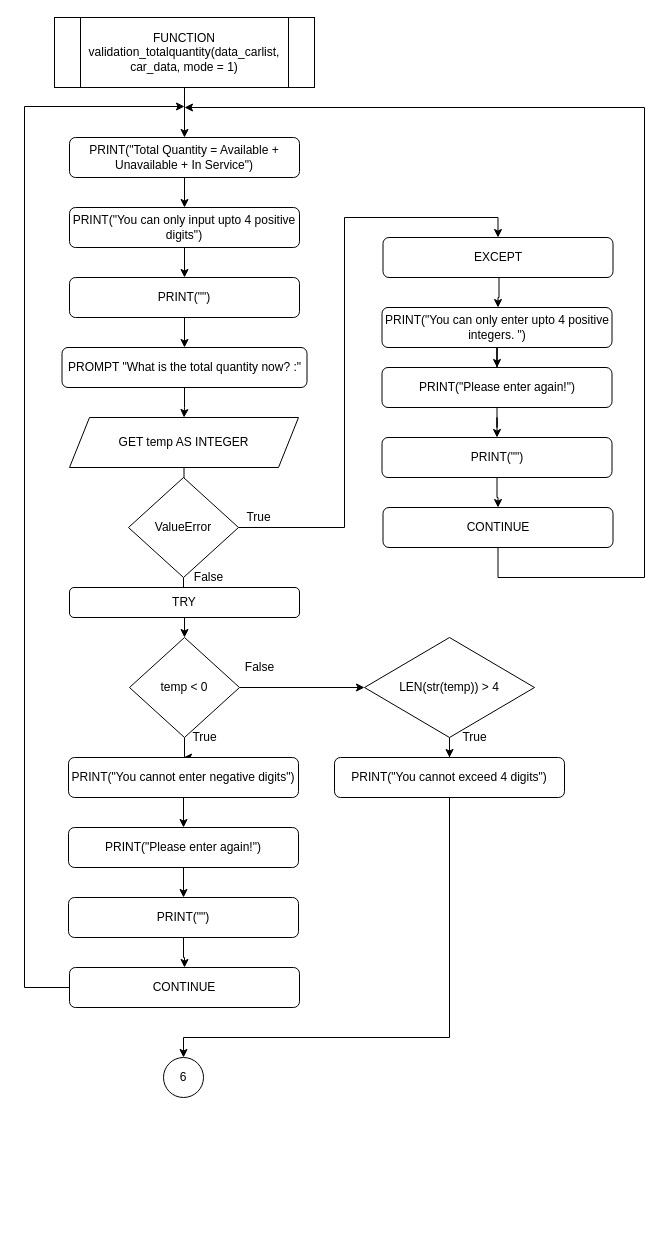
The draw.io diagram page "Page-1" (1 of 2) of Flowchart/default/validation_totalquantity.drawio in RabbitBear00/Car-Rental-System, before the edit. Source tidied: cells renumbered, new cells numbered last; positions are measured from the earlier drawing's top-left corner, leaving out a move shared by most shapes. Both pictures are drawn from the tidied source at 100%, with x=0, y=0 at pixel (24, 17).
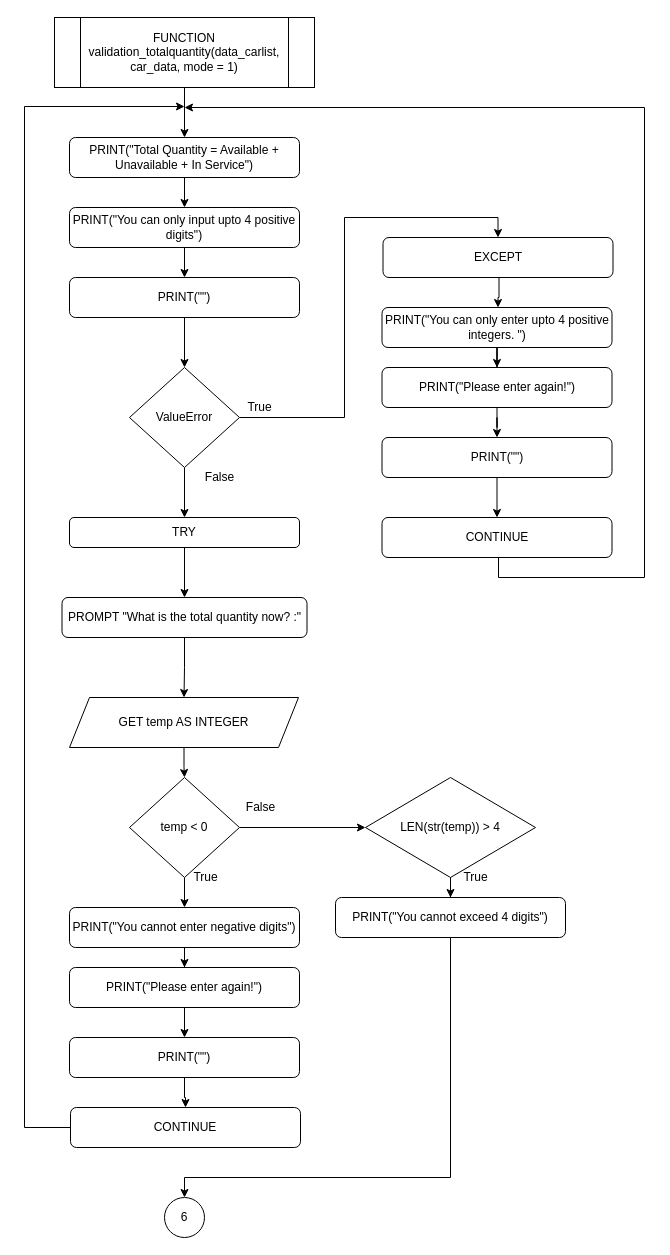
After the change.

Unchanged cells that the change refers to:
```xml
<mxCell id="9" value="PRINT(&quot;&quot;)" style="rounded=1;whiteSpace=wrap;html=1;" parent="1" vertex="1">
  <mxGeometry x="45" y="260" width="230" height="40" as="geometry" />
</mxCell>
<mxCell id="46" value="EXCEPT" style="rounded=1;whiteSpace=wrap;html=1;" parent="1" vertex="1">
  <mxGeometry x="358.5" y="220" width="230" height="40" as="geometry" />
</mxCell>
```

What changed in the source:
```diff
@@
-    <mxCell id="8" style="edgeStyle=orthogonalEdgeStyle;rounded=0;jettySize=auto;html=1;" parent="1" edge="1" source="9" target="11">
-      <mxGeometry relative="1" as="geometry" />
-    </mxCell>
+    <mxCell id="49" style="edgeStyle=orthogonalEdgeStyle;rounded=0;jettySize=auto;html=1;entryX=0.5;entryY=0;entryDx=0;entryDy=0;" parent="1" edge="1" source="9" target="16">
+      <mxGeometry relative="1" as="geometry" />
+    </mxCell>
@@
     <mxCell id="11" value="PROMPT &quot;What is the total quantity now? :&quot;" style="rounded=1;whiteSpace=wrap;html=1;" parent="1" vertex="1">
-      <mxGeometry x="37.5" y="330" width="245" height="40" as="geometry" />
+      <mxGeometry x="37.5" y="580" width="245" height="40" as="geometry" />
     </mxCell>
-    <mxCell id="12" style="edgeStyle=orthogonalEdgeStyle;rounded=0;jettySize=auto;html=1;" parent="1" edge="1" source="13" target="16">
-      <mxGeometry relative="1" as="geometry" />
-    </mxCell>
+    <mxCell id="50" style="edgeStyle=orthogonalEdgeStyle;rounded=0;jettySize=auto;html=1;entryX=0.5;entryY=0;entryDx=0;entryDy=0;" parent="1" edge="1" source="13" target="19">
+      <mxGeometry relative="1" as="geometry" />
+    </mxCell>
     <mxCell id="13" value="GET temp AS INTEGER" style="shape=parallelogram;perimeter=parallelogramPerimeter;whiteSpace=wrap;html=1;fixedSize=1;" parent="1" vertex="1">
-      <mxGeometry x="45" y="400" width="229" height="50" as="geometry" />
+      <mxGeometry x="45" y="680" width="229" height="50" as="geometry" />
     </mxCell>
     <mxCell id="14" style="edgeStyle=orthogonalEdgeStyle;rounded=0;jettySize=auto;html=1;entryX=0.5;entryY=0;entryDx=0;entryDy=0;exitX=1;exitY=0.5;exitDx=0;exitDy=0;" parent="1" edge="1" source="16" target="46">
       <mxGeometry relative="1" as="geometry">
         <Array as="points">
-          <mxPoint x="320" y="510" />
+          <mxPoint x="320" y="400" />
           <mxPoint x="320" y="200" />
           <mxPoint x="474" y="200" />
         </Array>
       </mxGeometry>
     </mxCell>
-    <mxCell id="15" style="edgeStyle=orthogonalEdgeStyle;rounded=0;jettySize=auto;html=1;" parent="1" edge="1" source="16" target="19">
-      <mxGeometry relative="1" as="geometry" />
-    </mxCell>
+    <mxCell id="51" style="edgeStyle=orthogonalEdgeStyle;rounded=0;jettySize=auto;html=1;entryX=0.5;entryY=0;entryDx=0;entryDy=0;" parent="1" edge="1" source="16" target="47">
+      <mxGeometry relative="1" as="geometry" />
+    </mxCell>
     <mxCell id="16" value="ValueError" style="rhombus;whiteSpace=wrap;html=1;" parent="1" vertex="1">
-      <mxGeometry x="104" y="460" width="110" height="100" as="geometry" />
+      <mxGeometry x="105" y="350" width="110" height="100" as="geometry" />
     </mxCell>
@@
     <mxCell id="19" value="temp &lt; 0" style="rhombus;whiteSpace=wrap;html=1;" parent="1" vertex="1">
-      <mxGeometry x="105" y="620" width="110" height="100" as="geometry" />
+      <mxGeometry x="105" y="760" width="110" height="100" as="geometry" />
     </mxCell>
@@
     <mxCell id="21" value="PRINT(&quot;You cannot enter negative digits&quot;)" style="rounded=1;whiteSpace=wrap;html=1;" parent="1" vertex="1">
-      <mxGeometry x="44" y="740" width="230" height="40" as="geometry" />
+      <mxGeometry x="45" y="890" width="230" height="40" as="geometry" />
     </mxCell>
@@
     <mxCell id="23" value="PRINT(&quot;Please enter again!&quot;)" style="rounded=1;whiteSpace=wrap;html=1;" parent="1" vertex="1">
-      <mxGeometry x="44" y="810" width="230" height="40" as="geometry" />
+      <mxGeometry x="45" y="950" width="230" height="40" as="geometry" />
     </mxCell>
@@
     <mxCell id="25" value="PRINT(&quot;&quot;)" style="rounded=1;whiteSpace=wrap;html=1;" parent="1" vertex="1">
-      <mxGeometry x="44" y="880" width="230" height="40" as="geometry" />
+      <mxGeometry x="45" y="1020" width="230" height="40" as="geometry" />
     </mxCell>
     <mxCell id="26" style="edgeStyle=orthogonalEdgeStyle;rounded=0;jettySize=auto;html=1;" parent="1" edge="1" source="27">
       <mxGeometry relative="1" as="geometry">
         <mxPoint x="160" y="89" as="targetPoint" />
         <Array as="points">
-          <mxPoint y="970" />
+          <mxPoint y="1110" />
           <mxPoint y="89" />
         </Array>
       </mxGeometry>
     </mxCell>
     <mxCell id="27" value="CONTINUE" style="rounded=1;whiteSpace=wrap;html=1;" parent="1" vertex="1">
-      <mxGeometry x="45" y="950" width="230" height="40" as="geometry" />
+      <mxGeometry x="46" y="1090" width="230" height="40" as="geometry" />
     </mxCell>
     <mxCell id="28" value="True" style="text;html=1;align=center;verticalAlign=middle;strokeColor=none;" parent="1" vertex="1">
-      <mxGeometry x="160" y="710" width="40" height="20" as="geometry" />
+      <mxGeometry x="161" y="850" width="40" height="20" as="geometry" />
     </mxCell>
     <mxCell id="29" value="True" style="text;html=1;align=center;verticalAlign=middle;strokeColor=none;" parent="1" vertex="1">
-      <mxGeometry x="214" y="490" width="40" height="20" as="geometry" />
+      <mxGeometry x="214.5" y="380" width="40" height="20" as="geometry" />
     </mxCell>
     <mxCell id="30" style="edgeStyle=orthogonalEdgeStyle;rounded=0;jettySize=auto;html=1;" parent="1" edge="1" source="31">
       <mxGeometry relative="1" as="geometry">
-        <mxPoint x="159" y="1040" as="targetPoint" />
+        <mxPoint x="160" y="1180" as="targetPoint" />
         <Array as="points">
-          <mxPoint x="425" y="1020" />
-          <mxPoint x="159" y="1020" />
+          <mxPoint x="426" y="1160" />
+          <mxPoint x="160" y="1160" />
         </Array>
       </mxGeometry>
     </mxCell>
     <mxCell id="31" value="PRINT(&quot;You cannot exceed 4 digits&quot;)" style="rounded=1;whiteSpace=wrap;html=1;" parent="1" vertex="1">
-      <mxGeometry x="310" y="740" width="230" height="40" as="geometry" />
+      <mxGeometry x="311" y="880" width="230" height="40" as="geometry" />
     </mxCell>
     <mxCell id="32" value="False" style="text;html=1;align=center;verticalAlign=middle;strokeColor=none;" parent="1" vertex="1">
-      <mxGeometry x="214.5" y="640" width="40" height="20" as="geometry" />
+      <mxGeometry x="215.5" y="780" width="40" height="20" as="geometry" />
     </mxCell>
@@
     <mxCell id="34" value="LEN(str(temp)) &gt; 4" style="rhombus;whiteSpace=wrap;html=1;" parent="1" vertex="1">
-      <mxGeometry x="340" y="620" width="170" height="100" as="geometry" />
+      <mxGeometry x="341" y="760" width="170" height="100" as="geometry" />
     </mxCell>
@@
     <mxCell id="42" value="CONTINUE" style="rounded=1;whiteSpace=wrap;html=1;" parent="1" vertex="1">
-      <mxGeometry x="358.5" y="490" width="230" height="40" as="geometry" />
+      <mxGeometry x="357.5" y="500" width="230" height="40" as="geometry" />
     </mxCell>
     <mxCell id="43" value="False" style="text;html=1;align=center;verticalAlign=middle;strokeColor=none;" parent="1" vertex="1">
-      <mxGeometry x="164" y="550" width="40" height="20" as="geometry" />
+      <mxGeometry x="175" y="450" width="40" height="20" as="geometry" />
     </mxCell>
     <mxCell id="44" value="True" style="text;html=1;align=center;verticalAlign=middle;strokeColor=none;" parent="1" vertex="1">
-      <mxGeometry x="430" y="710" width="40" height="20" as="geometry" />
+      <mxGeometry x="431" y="850" width="40" height="20" as="geometry" />
     </mxCell>
@@
+    <mxCell id="52" style="edgeStyle=orthogonalEdgeStyle;rounded=0;jettySize=auto;html=1;entryX=0.5;entryY=0;entryDx=0;entryDy=0;" parent="1" edge="1" source="47" target="11">
+      <mxGeometry relative="1" as="geometry" />
+    </mxCell>
     <mxCell id="47" value="TRY" style="rounded=1;whiteSpace=wrap;html=1;" parent="1" vertex="1">
-      <mxGeometry x="45" y="570" width="230" height="30" as="geometry" />
+      <mxGeometry x="45" y="500" width="230" height="30" as="geometry" />
     </mxCell>
     <mxCell id="48" value="6" style="ellipse;whiteSpace=wrap;html=1;" parent="1" vertex="1">
-      <mxGeometry x="139" y="1040" width="40" height="40" as="geometry" />
+      <mxGeometry x="140" y="1180" width="40" height="40" as="geometry" />
     </mxCell>
```
